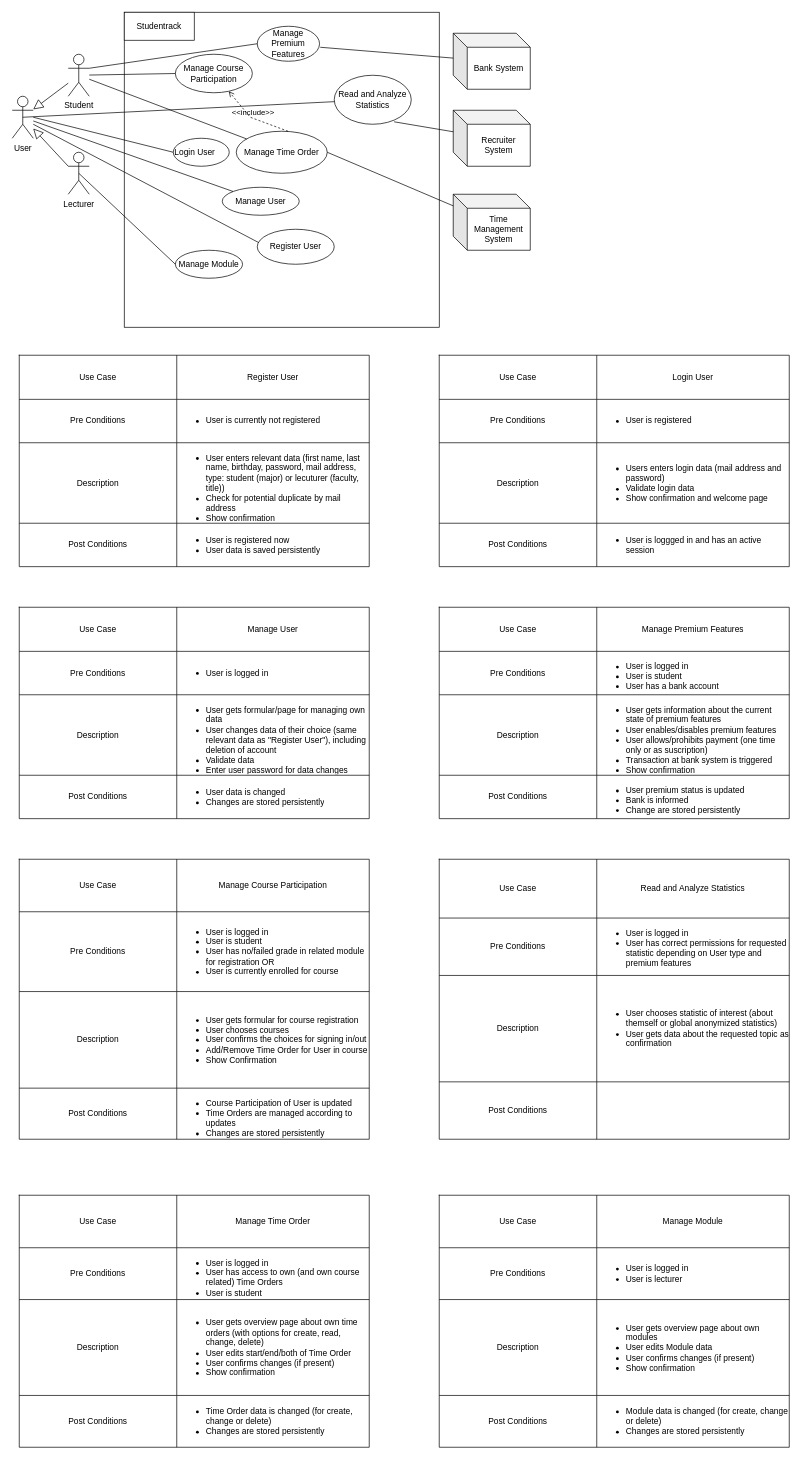
Earlier version of the draw.io diagram Diagrams/usecase.drawio (LeaRain/Studentrack). Source tidied: cells renumbered, new cells numbered last; positions are measured from the earlier drawing's top-left corner, leaving out a move shared by most shapes. Both pictures are drawn from the tidied source at 70%, with x=0, y=0 at pixel (12, 12).
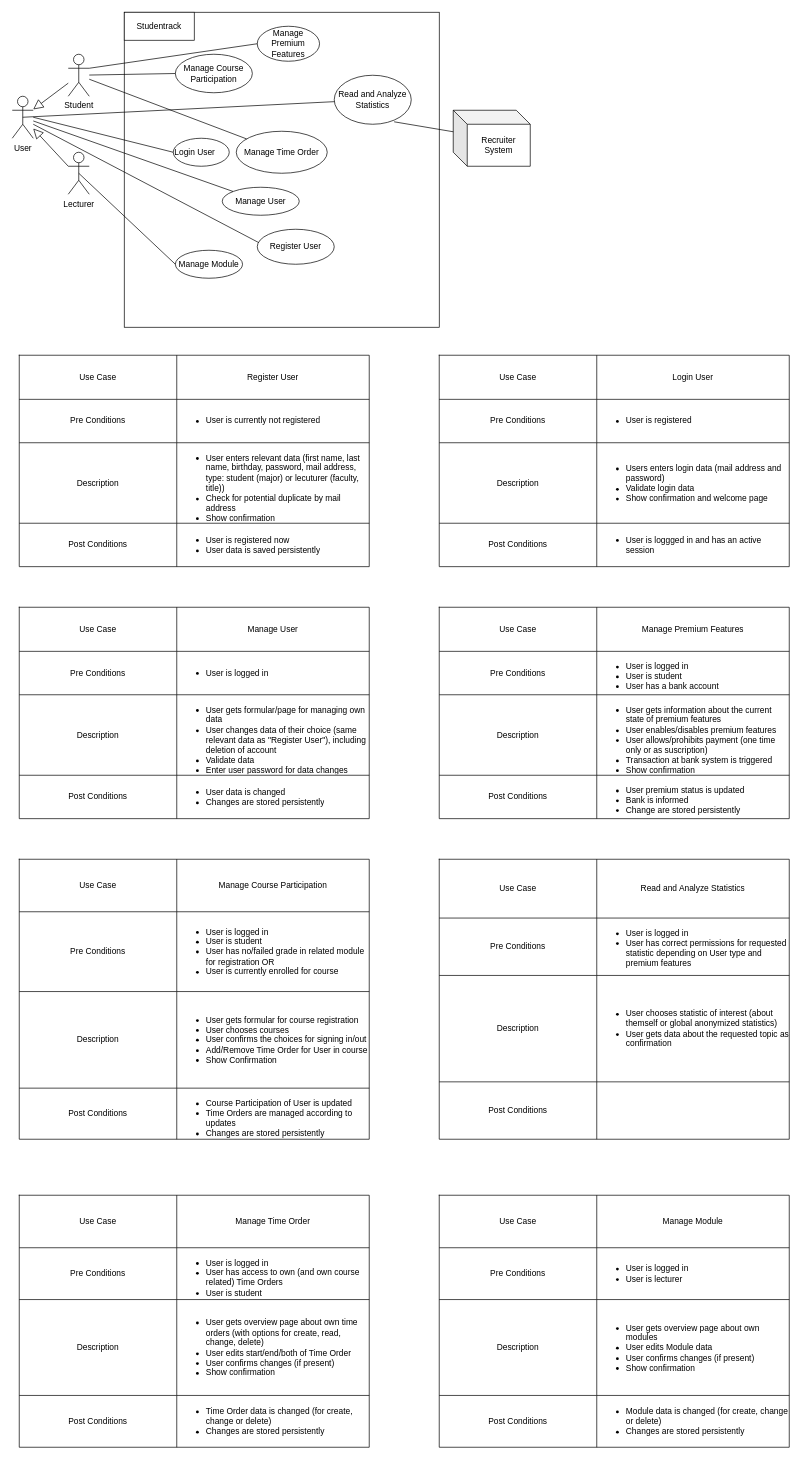
After the change.

Unchanged cells that the change refers to:
```xml
<mxCell id="11" value="Manage Course Participation" style="ellipse;whiteSpace=wrap;html=1;" parent="1" vertex="1">
  <mxGeometry x="233" y="60" width="110" height="55" as="geometry" />
</mxCell>
<mxCell id="15" value="Manage Time Order" style="ellipse;whiteSpace=wrap;html=1;" parent="1" vertex="1">
  <mxGeometry x="320" y="170" width="130" height="60" as="geometry" />
</mxCell>
```

Change to the diagram source:
```diff
@@
-    <mxCell id="16" value="Bank System" style="shape=cube;whiteSpace=wrap;html=1;boundedLbl=1;backgroundOutline=1;darkOpacity=0.05;darkOpacity2=0.1;" parent="1" vertex="1">
-      <mxGeometry x="630" y="30" width="110" height="80" as="geometry" />
-    </mxCell>
@@
-    <mxCell id="18" value="Time Management System" style="shape=cube;whiteSpace=wrap;html=1;boundedLbl=1;backgroundOutline=1;darkOpacity=0.05;darkOpacity2=0.1;" parent="1" vertex="1">
-      <mxGeometry x="630" y="260" width="110" height="80" as="geometry" />
-    </mxCell>
@@
-    <mxCell id="26" style="endArrow=none;html=1;rounded=0;" parent="1" edge="1" target="16">
-      <mxGeometry relative="1" as="geometry">
-        <mxPoint x="440" y="50" as="sourcePoint" />
-      </mxGeometry>
-    </mxCell>
@@
-    <mxCell id="28" style="endArrow=none;html=1;rounded=0;exitX=1;exitY=0.5;exitDx=0;exitDy=0;" parent="1" edge="1" source="15" target="18">
-      <mxGeometry relative="1" as="geometry" />
-    </mxCell>
@@
-    <mxCell id="98" value="&amp;lt;&amp;lt;include&amp;gt;&amp;gt;" style="html=1;verticalAlign=bottom;labelBackgroundColor=none;endArrow=open;endFill=0;dashed=1;rounded=0;exitX=0.569;exitY=0;exitDx=0;exitDy=0;exitPerimeter=0;" parent="1" edge="1" source="15" target="11">
-      <mxGeometry relative="1" as="geometry">
-        <Array as="points">
-          <mxPoint x="340" y="150" />
-        </Array>
-      </mxGeometry>
-    </mxCell>
```
